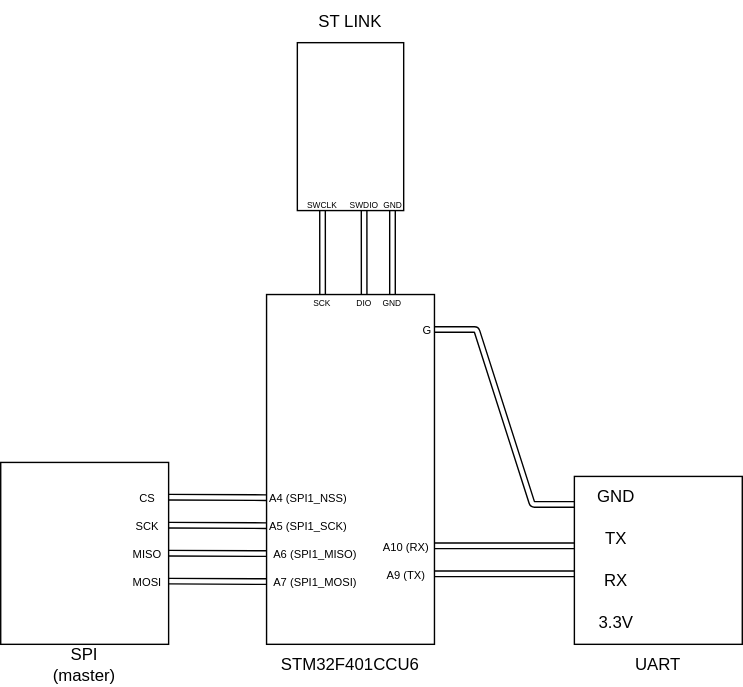
Before: connectionscheme.drawio.svg, a diagram exported from draw.io (pablosanie/internship). Source tidied: cells renumbered, new cells last; positions are measured from the earlier drawing's top-left corner, leaving out a move shared by most shapes.
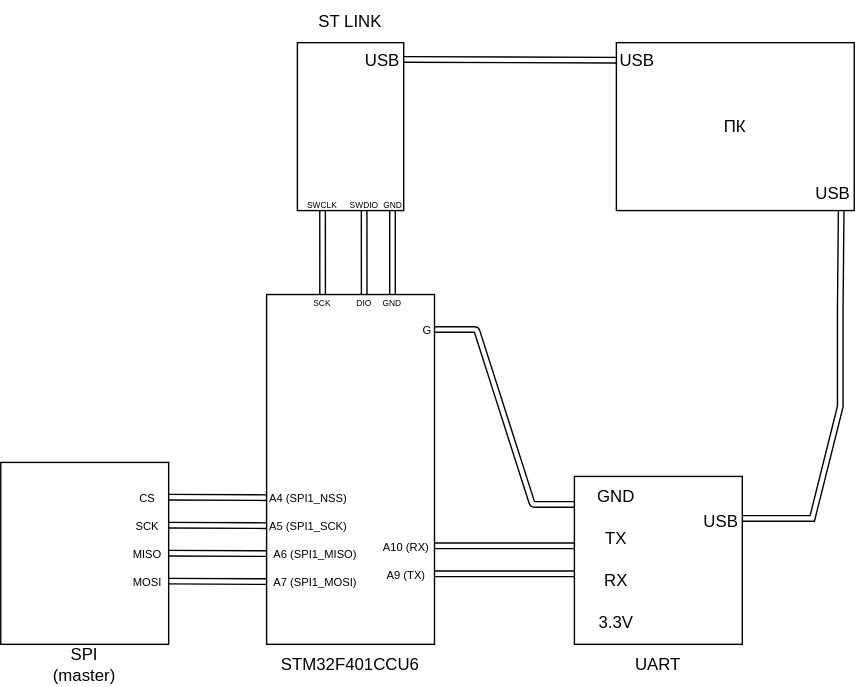
The same diagram one commit later.

Commit message:
docs: план (ПК на схеме, изучение теории)

Diff of the diagram source:
```diff
@@ -148,5 +148,33 @@
     <mxCell id="40" value="SPI (master)" style="text;html=1;whiteSpace=wrap;strokeColor=none;fillColor=none;align=center;verticalAlign=middle;rounded=0;" parent="1" vertex="1">
       <mxGeometry x="30" y="460" width="60" height="30" as="geometry" />
     </mxCell>
+    <mxCell id="41" value="ПК" style="rounded=0;whiteSpace=wrap;html=1;" parent="1" vertex="1">
+      <mxGeometry x="440" y="30" width="170" height="120" as="geometry" />
+    </mxCell>
+    <mxCell id="42" style="shape=link;html=1;rounded=0;entryX=0.945;entryY=1.004;entryDx=0;entryDy=0;entryPerimeter=0;exitX=1;exitY=0.25;exitDx=0;exitDy=0;" parent="1" edge="1" source="7" target="41">
+      <mxGeometry relative="1" as="geometry">
+        <Array as="points">
+          <mxPoint x="580" y="370" />
+          <mxPoint x="600" y="290" />
+          <mxPoint x="600" y="260" />
+          <mxPoint x="600" y="220" />
+        </Array>
+      </mxGeometry>
+    </mxCell>
+    <mxCell id="43" value="USB" style="text;html=1;whiteSpace=wrap;strokeColor=none;fillColor=none;align=center;verticalAlign=middle;rounded=0;" parent="1" vertex="1">
+      <mxGeometry x="500" y="360" width="30" height="25" as="geometry" />
+    </mxCell>
+    <mxCell id="44" value="USB" style="text;html=1;whiteSpace=wrap;strokeColor=none;fillColor=none;align=center;verticalAlign=middle;rounded=0;" parent="1" vertex="1">
+      <mxGeometry x="580" y="125" width="30" height="25" as="geometry" />
+    </mxCell>
+    <mxCell id="45" value="USB" style="text;html=1;whiteSpace=wrap;strokeColor=none;fillColor=none;align=center;verticalAlign=middle;rounded=0;" parent="1" vertex="1">
+      <mxGeometry x="440" y="30" width="30" height="25" as="geometry" />
+    </mxCell>
+    <mxCell id="46" style="shape=link;html=1;rounded=0;entryX=0;entryY=0.5;entryDx=0;entryDy=0;exitX=1.003;exitY=0.1;exitDx=0;exitDy=0;exitPerimeter=0;" parent="1" edge="1" source="16" target="45">
+      <mxGeometry relative="1" as="geometry" />
+    </mxCell>
+    <mxCell id="47" value="USB" style="text;html=1;whiteSpace=wrap;strokeColor=none;fillColor=none;align=center;verticalAlign=middle;rounded=0;" parent="1" vertex="1">
+      <mxGeometry x="258" y="30" width="30" height="25" as="geometry" />
+    </mxCell>
   </root>
 </mxGraphModel>
```
